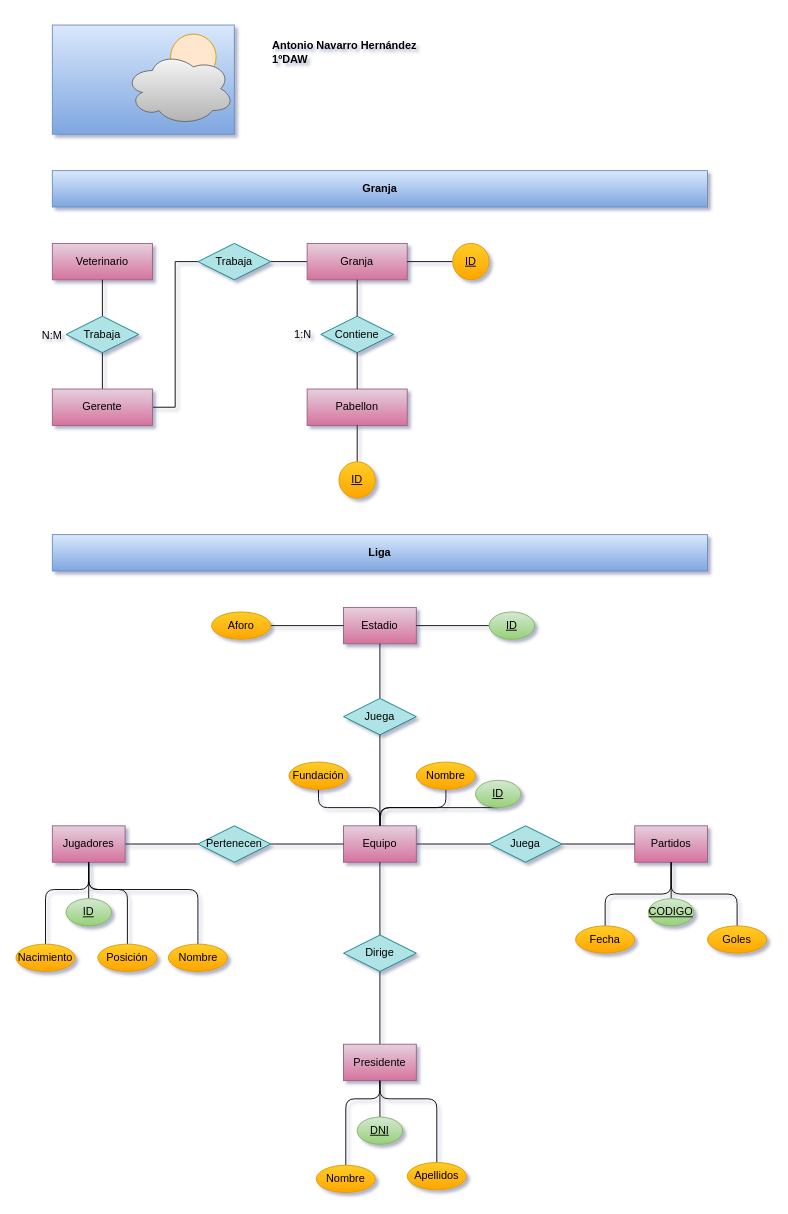
This is BAE/tarea1.drawio from toninavhd/1-DAW_pt2, a draw.io file, before an edit. Source tidied: cells renumbered, new cells numbered last; positions are measured from the earlier drawing's top-left corner, leaving out a move shared by most shapes. Both pictures are drawn from the tidied source at 91%, with x=0, y=0 at pixel (15, 15).
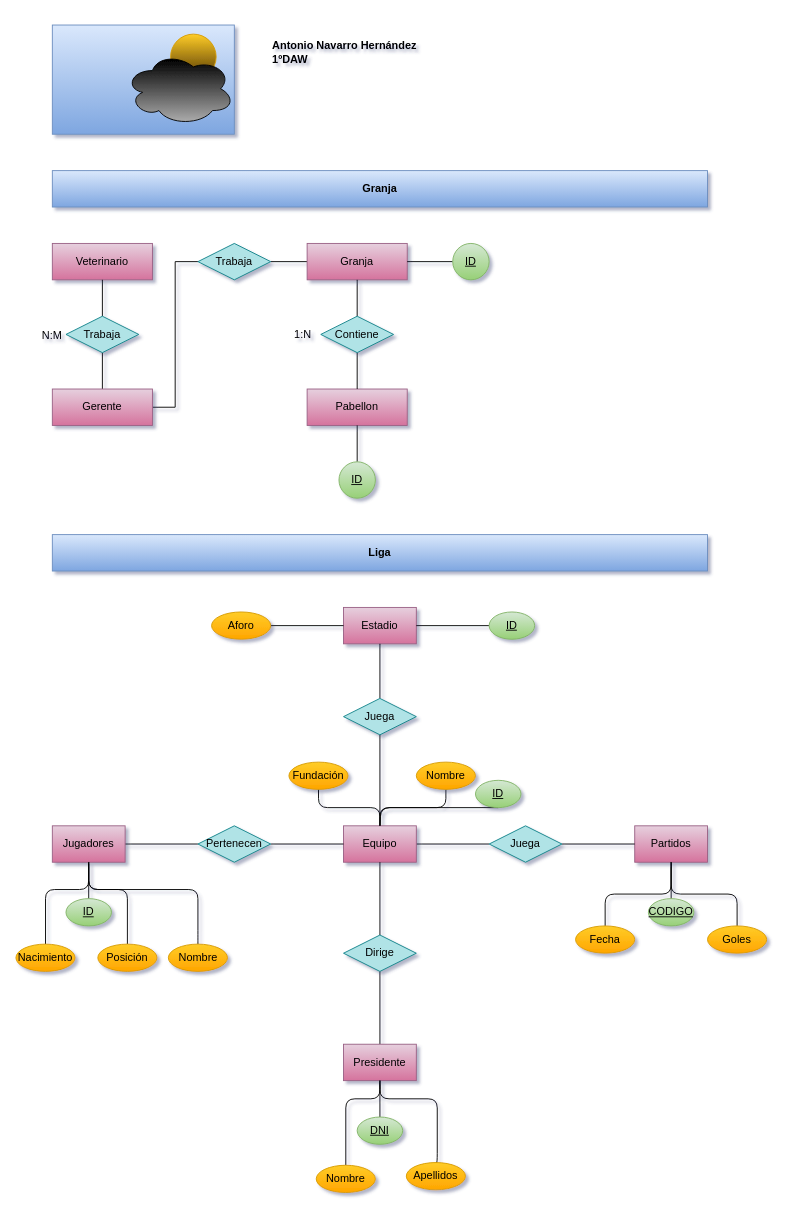
Above is the later version.

The edit, as a diff of the source:
```diff
@@
-    <mxCell id="3" style="ellipse;whiteSpace=wrap;html=1;fillColor=#ffe6cc;strokeColor=#d79b00;" parent="1" vertex="1">
+    <mxCell id="3" style="ellipse;whiteSpace=wrap;html=1;fillColor=#ffcd28;strokeColor=#d79b00;gradientColor=#4D3100;" parent="1" vertex="1">
       <mxGeometry x="170" y="20" width="50" height="50" as="geometry" />
     </mxCell>
-    <mxCell id="4" style="ellipse;shape=cloud;whiteSpace=wrap;html=1;fillColor=#f5f5f5;gradientColor=#b3b3b3;strokeColor=#666666;" parent="1" vertex="1">
+    <mxCell id="4" style="ellipse;shape=cloud;whiteSpace=wrap;html=1;fillColor=#000000;gradientColor=#ABABAB;strokeColor=#000000;" parent="1" vertex="1">
       <mxGeometry x="120" y="40" width="120" height="80" as="geometry" />
     </mxCell>
@@
-    <mxCell id="38" value="&lt;u&gt;ID&lt;/u&gt;" style="ellipse;whiteSpace=wrap;html=1;fillColor=#ffcd28;gradientColor=#ffa500;strokeColor=#d79b00;" parent="1" vertex="1">
+    <mxCell id="38" value="&lt;u&gt;ID&lt;/u&gt;" style="ellipse;whiteSpace=wrap;html=1;fillColor=#d5e8d4;gradientColor=#97d077;strokeColor=#82b366;" parent="1" vertex="1">
       <mxGeometry x="355" y="490" width="40" height="40" as="geometry" />
     </mxCell>
@@
-    <mxCell id="44" value="&lt;u&gt;ID&lt;/u&gt;" style="ellipse;whiteSpace=wrap;html=1;fillColor=#ffcd28;gradientColor=#ffa500;strokeColor=#d79b00;" parent="1" vertex="1">
+    <mxCell id="44" value="&lt;u&gt;ID&lt;/u&gt;" style="ellipse;whiteSpace=wrap;html=1;fillColor=#d5e8d4;gradientColor=#97d077;strokeColor=#82b366;" parent="1" vertex="1">
       <mxGeometry x="480" y="250" width="40" height="40" as="geometry" />
     </mxCell>
@@
     <mxCell id="73" value="Apellidos" style="ellipse;whiteSpace=wrap;html=1;fillColor=#ffcd28;strokeColor=#d79b00;gradientColor=#ffa500;" parent="1" vertex="1">
-      <mxGeometry x="430" y="1260" width="65" height="30" as="geometry" />
+      <mxGeometry x="429" y="1260" width="65" height="30" as="geometry" />
     </mxCell>
```
